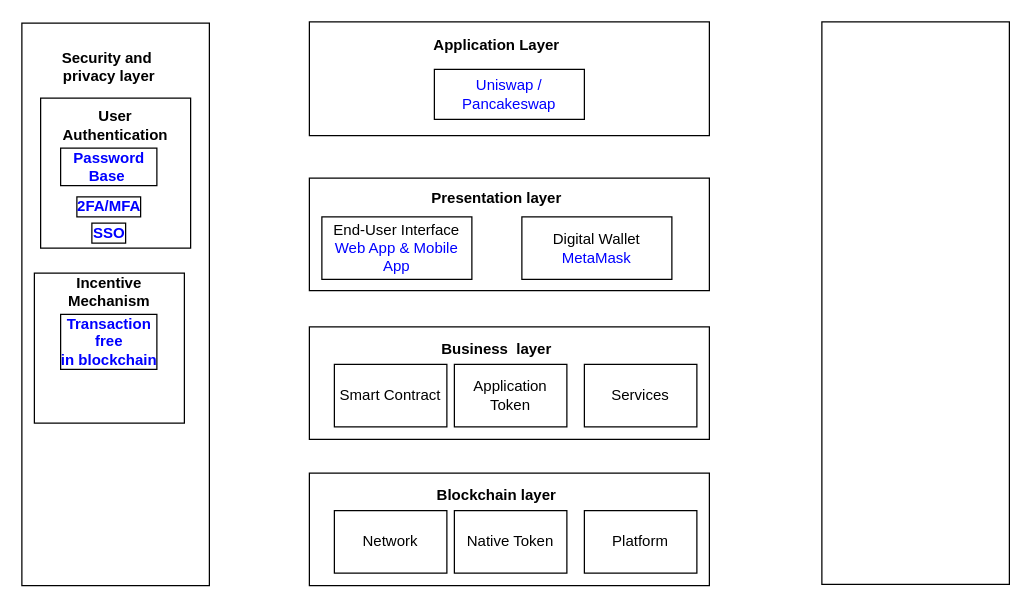
This is Digital-Asset-Exchange-system-Layerd.drawio from anwarul/architecture-diagram, a draw.io file, before an edit. Source tidied: cells renumbered, new cells numbered last; positions are measured from the earlier drawing's top-left corner, leaving out a move shared by most shapes. Both pictures are drawn from the tidied source at 125%, with x=0, y=0 at pixel (21, 21).
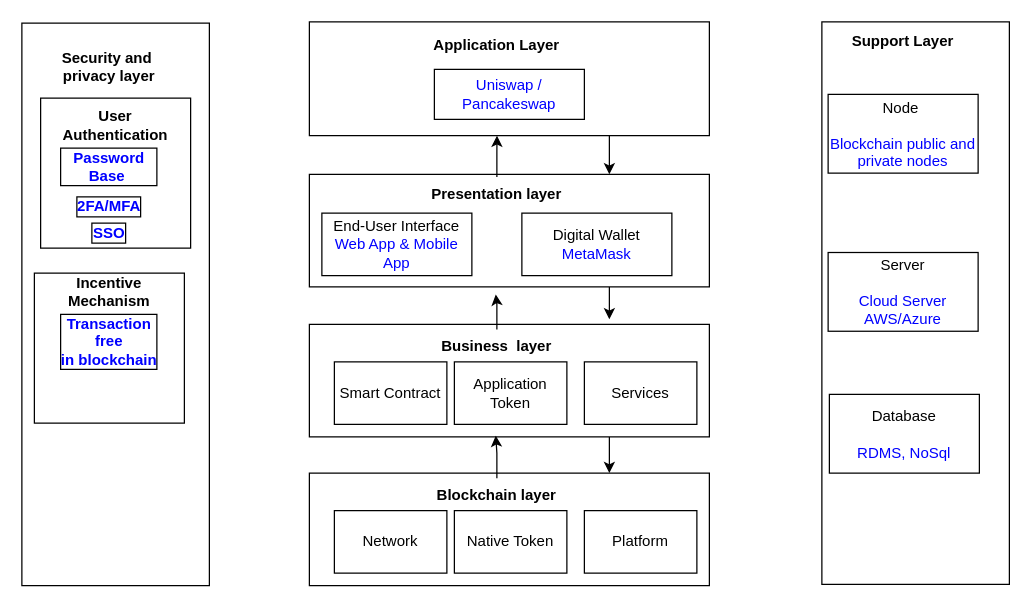
The same page after the edit.

The change refers to these unchanged cells:
```xml
<mxCell id="13" style="rounded=0;whiteSpace=wrap;html=1;" parent="12" vertex="1">
  <mxGeometry width="320" height="90" as="geometry" />
</mxCell>
<mxCell id="14" value="&lt;div&gt;Business&amp;nbsp; layer&lt;br&gt;&lt;/div&gt;" style="text;html=1;strokeColor=none;fillColor=none;align=center;verticalAlign=middle;whiteSpace=wrap;rounded=0;fontStyle=1;" parent="12" vertex="1">
  <mxGeometry x="70" y="4" width="160" height="28" as="geometry" />
</mxCell>
<mxCell id="19" style="rounded=0;whiteSpace=wrap;html=1;" parent="18" vertex="1">
  <mxGeometry width="320" height="90" as="geometry" />
</mxCell>
<mxCell id="20" value="&lt;div&gt;Presentation layer&lt;br&gt;&lt;/div&gt;" style="text;html=1;strokeColor=none;fillColor=none;align=center;verticalAlign=middle;whiteSpace=wrap;rounded=0;fontStyle=1;" parent="18" vertex="1">
  <mxGeometry x="70" y="2" width="160" height="28" as="geometry" />
</mxCell>
<mxCell id="24" style="rounded=0;whiteSpace=wrap;html=1;" parent="23" vertex="1">
  <mxGeometry width="320" height="91" as="geometry" />
</mxCell>
<mxCell id="28" style="rounded=0;whiteSpace=wrap;html=1;" parent="27" vertex="1">
  <mxGeometry width="320" height="90" as="geometry" />
</mxCell>
<mxCell id="29" value="&lt;div&gt;Blockchain layer&lt;br&gt;&lt;/div&gt;" style="text;html=1;strokeColor=none;fillColor=none;align=center;verticalAlign=middle;whiteSpace=wrap;rounded=0;fontStyle=1;" parent="27" vertex="1">
  <mxGeometry x="70" y="4" width="160" height="28" as="geometry" />
</mxCell>
```

Change to the diagram source:
```diff
@@
     <mxCell id="12" style="group;" parent="1" vertex="1">
-      <mxGeometry x="230" y="244" width="320" height="90" as="geometry" />
+      <mxGeometry x="230" y="242" width="320" height="90" as="geometry" />
     </mxCell>
@@
     <mxCell id="18" style="group;" parent="1" vertex="1">
-      <mxGeometry x="230" y="125" width="320" height="90" as="geometry" />
+      <mxGeometry x="230" y="122" width="320" height="90" as="geometry" />
     </mxCell>
+    <mxCell id="34" style="edgeStyle=orthogonalEdgeStyle;rounded=0;jettySize=auto;html=1;exitX=0.75;exitY=1;exitDx=0;exitDy=0;" parent="18" edge="1" source="19">
+      <mxGeometry relative="1" as="geometry">
+        <mxPoint x="240" y="116" as="targetPoint" />
+      </mxGeometry>
+    </mxCell>
@@
+    <mxCell id="35" value="&lt;b&gt;Support Layer&lt;/b&gt;" style="text;html=1;strokeColor=none;fillColor=none;align=center;verticalAlign=middle;whiteSpace=wrap;rounded=0;" parent="1" vertex="1">
+      <mxGeometry x="660" y="1" width="90" height="30" as="geometry" />
+    </mxCell>
+    <mxCell id="36" value="&lt;font&gt;Node&amp;nbsp;&lt;br&gt;&lt;br&gt;&lt;font color=&quot;#0000ff&quot;&gt;Blockchain public and private nodes&lt;/font&gt;&lt;br&gt;&lt;/font&gt;" style="rounded=0;whiteSpace=wrap;html=1;labelBackgroundColor=none;fontColor=#000000;" parent="1" vertex="1">
+      <mxGeometry x="645" y="58" width="120" height="63" as="geometry" />
+    </mxCell>
+    <mxCell id="37" value="&lt;font&gt;Server&lt;br&gt;&lt;br&gt;&lt;font color=&quot;#0000ff&quot;&gt;Cloud Server AWS/Azure&lt;/font&gt;&lt;br&gt;&lt;/font&gt;" style="rounded=0;whiteSpace=wrap;html=1;labelBackgroundColor=none;fontColor=#000000;" parent="1" vertex="1">
+      <mxGeometry x="645" y="184.5" width="120" height="63" as="geometry" />
+    </mxCell>
+    <mxCell id="38" value="&lt;font&gt;Database&lt;br&gt;&lt;br&gt;&lt;font color=&quot;#0000ff&quot;&gt;RDMS, NoSql&lt;/font&gt;&lt;br&gt;&lt;/font&gt;" style="rounded=0;whiteSpace=wrap;html=1;labelBackgroundColor=none;fontColor=#000000;" parent="1" vertex="1">
+      <mxGeometry x="646" y="298" width="120" height="63" as="geometry" />
+    </mxCell>
+    <mxCell id="39" style="edgeStyle=orthogonalEdgeStyle;rounded=0;jettySize=auto;html=1;exitX=0.75;exitY=1;exitDx=0;exitDy=0;entryX=0.75;entryY=0;entryDx=0;entryDy=0;" parent="1" edge="1" source="24" target="19">
+      <mxGeometry relative="1" as="geometry" />
+    </mxCell>
+    <mxCell id="40" style="edgeStyle=orthogonalEdgeStyle;rounded=0;jettySize=auto;html=1;entryX=0.469;entryY=1;entryDx=0;entryDy=0;entryPerimeter=0;" parent="1" edge="1" source="20" target="24">
+      <mxGeometry relative="1" as="geometry" />
+    </mxCell>
+    <mxCell id="41" style="edgeStyle=orthogonalEdgeStyle;rounded=0;jettySize=auto;html=1;exitX=0.75;exitY=1;exitDx=0;exitDy=0;entryX=0.75;entryY=0;entryDx=0;entryDy=0;" parent="1" edge="1" source="13" target="28">
+      <mxGeometry relative="1" as="geometry" />
+    </mxCell>
+    <mxCell id="42" style="edgeStyle=orthogonalEdgeStyle;rounded=0;jettySize=auto;html=1;entryX=0.466;entryY=1.067;entryDx=0;entryDy=0;entryPerimeter=0;" parent="1" edge="1" source="14" target="19">
+      <mxGeometry relative="1" as="geometry" />
+    </mxCell>
+    <mxCell id="43" style="edgeStyle=orthogonalEdgeStyle;rounded=0;jettySize=auto;html=1;entryX=0.466;entryY=0.989;entryDx=0;entryDy=0;entryPerimeter=0;" parent="1" edge="1" source="29" target="13">
+      <mxGeometry relative="1" as="geometry" />
+    </mxCell>
```
